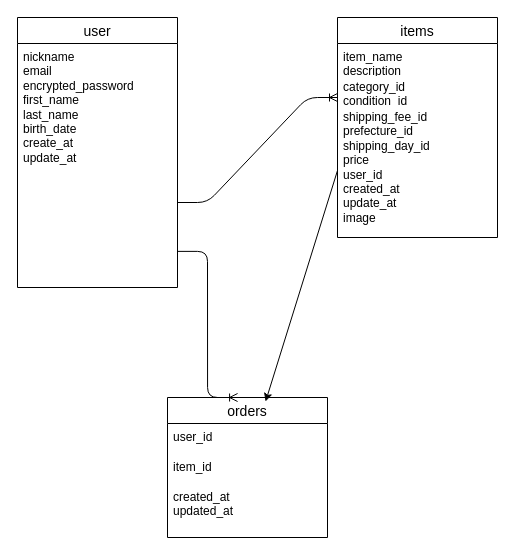
This is page "ページ1" (1 of 2) of test.dio from mokaloveshiori56-collab/furima-46486, a draw.io file, before an edit. Source tidied: cells renumbered, new cells numbered last; positions are measured from the earlier drawing's top-left corner, leaving out a move shared by most shapes. Both pictures are drawn from the tidied source at 100%, with x=0, y=0 at pixel (17, 17).
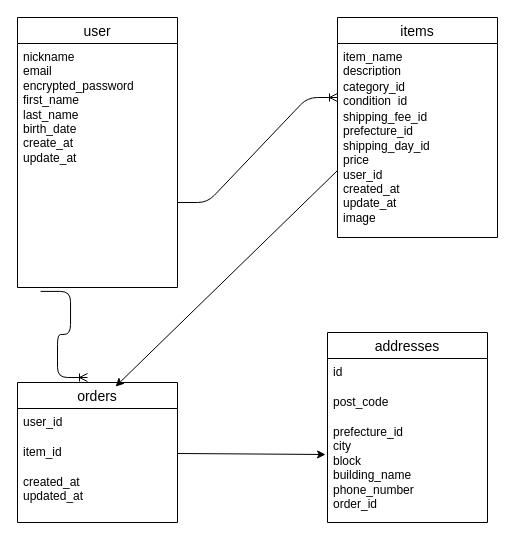
Above is the later version.

Unchanged cells that the change refers to:
```xml
<mxCell id="3" value="nickname&lt;div&gt;email&lt;/div&gt;&lt;div&gt;encrypted_password&lt;/div&gt;&lt;div&gt;first_name&lt;/div&gt;&lt;div&gt;last_name&lt;/div&gt;&lt;div&gt;birth_date&lt;/div&gt;&lt;div&gt;create_at&lt;/div&gt;&lt;div&gt;update_at&lt;/div&gt;&lt;div&gt;&lt;p&gt;&lt;/p&gt;&lt;h4&gt;&lt;/h4&gt;&lt;/div&gt;" style="text;strokeColor=none;fillColor=none;spacingLeft=4;spacingRight=4;overflow=hidden;points=[[0,0.5],[1,0.5]];portConstraint=eastwest;fontSize=12;whiteSpace=wrap;html=1;" parent="2" vertex="1">
  <mxGeometry y="26" width="160" height="244" as="geometry" />
</mxCell>
<mxCell id="10" value="item_id" style="text;strokeColor=none;fillColor=none;spacingLeft=4;spacingRight=4;overflow=hidden;points=[[0,0.5],[1,0.5]];portConstraint=eastwest;fontSize=12;whiteSpace=wrap;html=1;" parent="8" vertex="1">
  <mxGeometry y="56" width="160" height="30" as="geometry" />
</mxCell>
```

Change to the diagram source:
```diff
@@
     <mxCell id="8" value="orders" style="swimlane;fontStyle=0;horizontal=1;startSize=26;align=center;fontSize=14;" parent="1" vertex="1">
-      <mxGeometry x="150" y="380" width="160" height="140" as="geometry" />
+      <mxGeometry y="365" width="160" height="140" as="geometry" />
     </mxCell>
@@
-    <mxCell id="13" style="edgeStyle=entityRelationEdgeStyle;fontSize=12;html=1;endArrow=ERoneToMany;exitX=1;exitY=0.852;exitDx=0;exitDy=0;exitPerimeter=0;entryX=0.438;entryY=0;entryDx=0;entryDy=0;entryPerimeter=0;" parent="1" edge="1" source="3" target="8">
-      <mxGeometry relative="1" as="geometry">
-        <Array as="points">
-          <mxPoint x="120" y="280" />
-          <mxPoint x="210" y="360" />
-        </Array>
-      </mxGeometry>
-    </mxCell>
@@
+    <mxCell id="15" style="edgeStyle=entityRelationEdgeStyle;fontSize=12;html=1;endArrow=ERoneToMany;exitX=0.144;exitY=1.016;exitDx=0;exitDy=0;exitPerimeter=0;" parent="1" edge="1" source="3">
+      <mxGeometry relative="1" as="geometry">
+        <mxPoint x="70" y="360" as="targetPoint" />
+        <Array as="points">
+          <mxPoint y="270" />
+        </Array>
+      </mxGeometry>
+    </mxCell>
+    <mxCell id="16" value="addresses" style="swimlane;fontStyle=0;horizontal=1;startSize=26;align=center;fontSize=14;" parent="1" vertex="1">
+      <mxGeometry x="310" y="315" width="160" height="190" as="geometry" />
+    </mxCell>
+    <mxCell id="17" value="id" style="text;strokeColor=none;fillColor=none;spacingLeft=4;spacingRight=4;overflow=hidden;fontSize=12;whiteSpace=wrap;html=1;" parent="16" vertex="1">
+      <mxGeometry y="26" width="160" height="30" as="geometry" />
+    </mxCell>
+    <mxCell id="18" value="post_code" style="text;strokeColor=none;fillColor=none;spacingLeft=4;spacingRight=4;overflow=hidden;fontSize=12;whiteSpace=wrap;html=1;" parent="16" vertex="1">
+      <mxGeometry y="56" width="160" height="30" as="geometry" />
+    </mxCell>
+    <mxCell id="19" value="prefecture_id&lt;div&gt;city&lt;/div&gt;&lt;div&gt;block&lt;/div&gt;&lt;div&gt;building_name&lt;/div&gt;&lt;div&gt;phone_number&lt;/div&gt;&lt;div&gt;order_id&lt;/div&gt;" style="text;strokeColor=none;fillColor=none;spacingLeft=4;spacingRight=4;overflow=hidden;points=[[0,0.5],[1,0.5]];portConstraint=eastwest;fontSize=12;whiteSpace=wrap;html=1;" parent="16" vertex="1">
+      <mxGeometry y="86" width="160" height="104" as="geometry" />
+    </mxCell>
+    <mxCell id="20" style="edgeStyle=none;html=1;exitX=1;exitY=0.5;exitDx=0;exitDy=0;entryX=-0.012;entryY=0.346;entryDx=0;entryDy=0;entryPerimeter=0;" parent="1" edge="1" source="10" target="19">
+      <mxGeometry relative="1" as="geometry" />
+    </mxCell>
```
